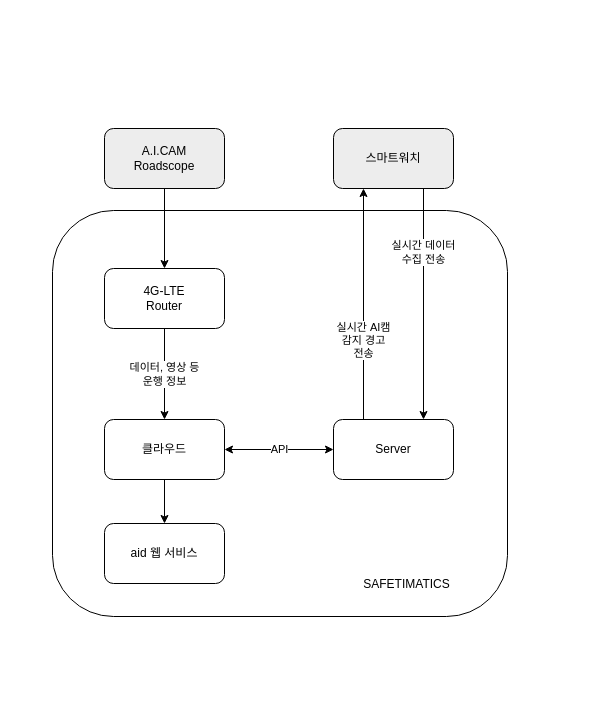
VegetableKim/- keeps this draw.io diagram as page "페이지-2" (2 of 2) of objective_tree.drawio. Above is the earlier version. Source tidied: cells renumbered, new cells numbered last; positions are measured from the earlier drawing's top-left corner, leaving out a move shared by most shapes. Both pictures are drawn from the tidied source at 100%, with x=0, y=0 at pixel (52, 128).
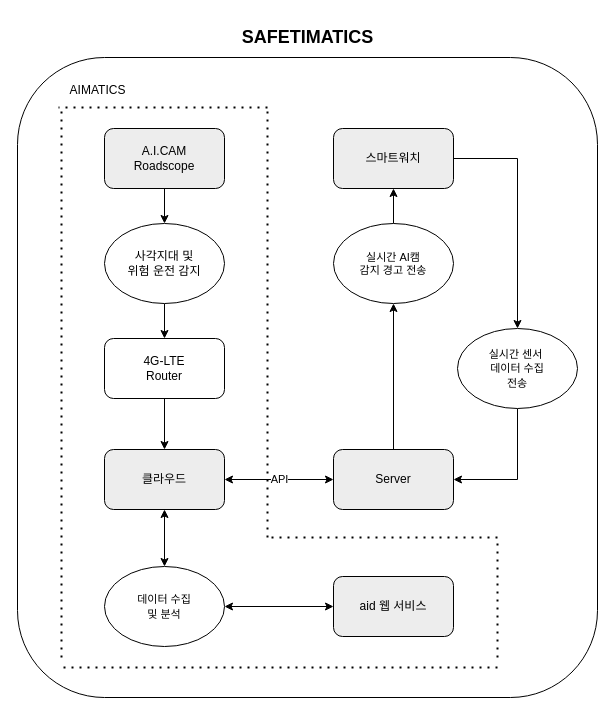
The same page after the edit.

Unchanged cells that the change refers to:
```xml
<mxCell id="4" value="A.I.CAM&lt;div&gt;Roadscope&lt;/div&gt;" style="rounded=1;whiteSpace=wrap;html=1;fillColor=#EDEDED;" parent="1" vertex="1">
  <mxGeometry x="52" width="120" height="60" as="geometry" />
</mxCell>
<mxCell id="6" value="&lt;span style=&quot;background-color: initial;&quot;&gt;스마트워치&lt;/span&gt;" style="rounded=1;whiteSpace=wrap;html=1;fillColor=#EDEDED;" parent="1" vertex="1">
  <mxGeometry x="281" width="120" height="60" as="geometry" />
</mxCell>
```

Change to the diagram source:
```diff
@@
-    <mxCell id="2" style="rounded=1;whiteSpace=wrap;html=1;" parent="1" vertex="1">
-      <mxGeometry y="82" width="455" height="406" as="geometry" />
-    </mxCell>
-    <mxCell id="3" style="edgeStyle=orthogonalEdgeStyle;rounded=0;jettySize=auto;html=1;exitX=0.5;exitY=1;exitDx=0;exitDy=0;entryX=0.5;entryY=0;entryDx=0;entryDy=0;" parent="1" edge="1" source="4" target="8">
-      <mxGeometry relative="1" as="geometry" />
-    </mxCell>
+    <mxCell id="16" style="rounded=1;whiteSpace=wrap;html=1;" parent="1" vertex="1">
+      <mxGeometry x="-35" y="-71" width="580" height="640" as="geometry" />
+    </mxCell>
+    <mxCell id="17" style="edgeStyle=orthogonalEdgeStyle;rounded=0;jettySize=auto;html=1;exitX=0.5;exitY=1;exitDx=0;exitDy=0;entryX=0.5;entryY=0;entryDx=0;entryDy=0;" parent="1" edge="1" source="4" target="21">
+      <mxGeometry relative="1" as="geometry" />
+    </mxCell>
@@
-    <mxCell id="5" value="실시간 데이터&lt;div&gt;수집 전송&lt;/div&gt;" style="edgeStyle=orthogonalEdgeStyle;rounded=0;jettySize=auto;html=1;exitX=0.75;exitY=1;exitDx=0;exitDy=0;entryX=0.75;entryY=0;entryDx=0;entryDy=0;" parent="1" edge="1" source="6" target="12">
-      <mxGeometry x="-0.45" relative="1" as="geometry" />
-    </mxCell>
+    <mxCell id="18" style="edgeStyle=orthogonalEdgeStyle;rounded=0;jettySize=auto;html=1;exitX=1;exitY=0.5;exitDx=0;exitDy=0;entryX=0.5;entryY=0;entryDx=0;entryDy=0;" parent="1" edge="1" source="6" target="24">
+      <mxGeometry relative="1" as="geometry" />
+    </mxCell>
@@
-    <mxCell id="7" value="데이터, 영상 등&lt;div&gt;운행 정보&lt;/div&gt;" style="edgeStyle=orthogonalEdgeStyle;rounded=0;jettySize=auto;html=1;exitX=0.5;exitY=1;exitDx=0;exitDy=0;entryX=0.5;entryY=0;entryDx=0;entryDy=0;" parent="1" edge="1" source="8" target="10">
-      <mxGeometry relative="1" as="geometry" />
+    <mxCell id="7" style="edgeStyle=orthogonalEdgeStyle;rounded=0;jettySize=auto;html=1;exitX=0.5;exitY=1;exitDx=0;exitDy=0;entryX=0.5;entryY=0;entryDx=0;entryDy=0;" parent="1" edge="1" source="8" target="10">
+      <mxGeometry x="-0.23" y="14" relative="1" as="geometry" />
     </mxCell>
     <mxCell id="8" value="4G-LTE&lt;div&gt;Router&lt;/div&gt;" style="rounded=1;whiteSpace=wrap;html=1;" parent="1" vertex="1">
-      <mxGeometry x="52" y="140" width="120" height="60" as="geometry" />
+      <mxGeometry x="52" y="210" width="120" height="60" as="geometry" />
     </mxCell>
-    <mxCell id="9" style="edgeStyle=orthogonalEdgeStyle;rounded=0;jettySize=auto;html=1;exitX=0.5;exitY=1;exitDx=0;exitDy=0;entryX=0.5;entryY=0;entryDx=0;entryDy=0;" parent="1" edge="1" source="10" target="14">
-      <mxGeometry relative="1" as="geometry" />
-    </mxCell>
-    <mxCell id="10" value="클라우드" style="rounded=1;whiteSpace=wrap;html=1;" parent="1" vertex="1">
-      <mxGeometry x="52" y="291" width="120" height="60" as="geometry" />
+    <mxCell id="10" value="클라우드" style="rounded=1;whiteSpace=wrap;html=1;fillColor=#EDEDED;" parent="1" vertex="1">
+      <mxGeometry x="52" y="321" width="120" height="60" as="geometry" />
     </mxCell>
-    <mxCell id="11" value="실시간 AI캠&lt;div&gt;감지 경고&lt;/div&gt;&lt;div&gt;전송&lt;/div&gt;" style="edgeStyle=orthogonalEdgeStyle;rounded=0;jettySize=auto;html=1;exitX=0.25;exitY=0;exitDx=0;exitDy=0;entryX=0.25;entryY=1;entryDx=0;entryDy=0;" parent="1" edge="1" source="12" target="6">
-      <mxGeometry x="-0.32" relative="1" as="geometry" />
-    </mxCell>
+    <mxCell id="19" style="edgeStyle=orthogonalEdgeStyle;rounded=0;jettySize=auto;html=1;exitX=0.5;exitY=0;exitDx=0;exitDy=0;entryX=0.5;entryY=1;entryDx=0;entryDy=0;" parent="1" edge="1" source="12" target="11">
+      <mxGeometry relative="1" as="geometry" />
+    </mxCell>
-    <mxCell id="12" value="Server" style="rounded=1;whiteSpace=wrap;html=1;" parent="1" vertex="1">
-      <mxGeometry x="281" y="291" width="120" height="60" as="geometry" />
+    <mxCell id="12" value="Server" style="rounded=1;whiteSpace=wrap;html=1;fillColor=#EDEDED;" parent="1" vertex="1">
+      <mxGeometry x="281" y="321" width="120" height="60" as="geometry" />
     </mxCell>
@@
-    <mxCell id="14" value="aid 웹 서비스" style="rounded=1;whiteSpace=wrap;html=1;" parent="1" vertex="1">
-      <mxGeometry x="52" y="395" width="120" height="60" as="geometry" />
+    <mxCell id="14" value="aid 웹 서비스" style="rounded=1;whiteSpace=wrap;html=1;fillColor=#EDEDED;" parent="1" vertex="1">
+      <mxGeometry x="281" y="448" width="120" height="60" as="geometry" />
     </mxCell>
+    <mxCell id="20" style="edgeStyle=orthogonalEdgeStyle;rounded=0;jettySize=auto;html=1;exitX=0.5;exitY=1;exitDx=0;exitDy=0;entryX=0.5;entryY=0;entryDx=0;entryDy=0;" parent="1" edge="1" source="21" target="8">
+      <mxGeometry relative="1" as="geometry" />
+    </mxCell>
+    <mxCell id="21" value="사각지대 및&lt;div&gt;위험 운전 감지&lt;/div&gt;" style="ellipse;whiteSpace=wrap;html=1;" parent="1" vertex="1">
+      <mxGeometry x="52" y="95" width="120" height="80" as="geometry" />
+    </mxCell>
+    <mxCell id="22" style="edgeStyle=orthogonalEdgeStyle;rounded=0;jettySize=auto;html=1;exitX=0.5;exitY=0;exitDx=0;exitDy=0;entryX=0.5;entryY=1;entryDx=0;entryDy=0;" parent="1" edge="1" source="11" target="6">
+      <mxGeometry relative="1" as="geometry" />
+    </mxCell>
+    <mxCell id="11" value="&lt;span style=&quot;font-size: 11px; text-wrap-mode: nowrap;&quot;&gt;실시간 AI캠&lt;/span&gt;&lt;div style=&quot;font-size: 11px; text-wrap-mode: nowrap;&quot;&gt;감지 경고&amp;nbsp;&lt;span style=&quot;background-color: initial;&quot;&gt;전송&lt;/span&gt;&lt;/div&gt;" style="ellipse;whiteSpace=wrap;html=1;" parent="1" vertex="1">
+      <mxGeometry x="281" y="95" width="120" height="80" as="geometry" />
+    </mxCell>
+    <mxCell id="23" style="edgeStyle=orthogonalEdgeStyle;rounded=0;jettySize=auto;html=1;exitX=0.5;exitY=1;exitDx=0;exitDy=0;entryX=1;entryY=0.5;entryDx=0;entryDy=0;" parent="1" edge="1" source="24" target="12">
+      <mxGeometry relative="1" as="geometry" />
+    </mxCell>
+    <mxCell id="24" value="&lt;span style=&quot;font-size: 11px; text-wrap-mode: nowrap;&quot;&gt;실시간 센서&amp;nbsp;&lt;/span&gt;&lt;div&gt;&lt;span style=&quot;font-size: 11px; text-wrap-mode: nowrap;&quot;&gt;데이터&amp;nbsp;&lt;/span&gt;&lt;span style=&quot;font-size: 11px; text-wrap-mode: nowrap; background-color: initial;&quot;&gt;수집&lt;/span&gt;&lt;/div&gt;&lt;div&gt;&lt;span style=&quot;font-size: 11px; text-wrap-mode: nowrap; background-color: initial;&quot;&gt;전송&lt;/span&gt;&lt;/div&gt;" style="ellipse;whiteSpace=wrap;html=1;" parent="1" vertex="1">
+      <mxGeometry x="405" y="200" width="120" height="80" as="geometry" />
+    </mxCell>
+    <mxCell id="25" value="&lt;span style=&quot;font-size: 11px; text-wrap-mode: nowrap;&quot;&gt;데이터 수집&lt;/span&gt;&lt;div&gt;&lt;span style=&quot;font-size: 11px; text-wrap-mode: nowrap;&quot;&gt;및 분석&lt;/span&gt;&lt;/div&gt;" style="ellipse;whiteSpace=wrap;html=1;" parent="1" vertex="1">
+      <mxGeometry x="52" y="438" width="120" height="80" as="geometry" />
+    </mxCell>
+    <mxCell id="26" style="endArrow=classic;startArrow=classic;html=1;rounded=0;exitX=0.5;exitY=1;exitDx=0;exitDy=0;entryX=0.5;entryY=0;entryDx=0;entryDy=0;" parent="1" edge="1" source="10" target="25">
+      <mxGeometry relative="1" as="geometry" />
+    </mxCell>
+    <mxCell id="27" style="endArrow=classic;startArrow=classic;html=1;rounded=0;exitX=0;exitY=0.5;exitDx=0;exitDy=0;entryX=1;entryY=0.5;entryDx=0;entryDy=0;" parent="1" edge="1" source="14" target="25">
+      <mxGeometry relative="1" as="geometry" />
+    </mxCell>
+    <mxCell id="28" style="endArrow=none;dashed=1;html=1;dashPattern=1 3;strokeWidth=2;rounded=0;" parent="1" edge="1">
+      <mxGeometry relative="1" as="geometry">
+        <mxPoint x="9" y="529" as="sourcePoint" />
+        <mxPoint x="9" y="-23" as="targetPoint" />
+      </mxGeometry>
+    </mxCell>
+    <mxCell id="29" style="endArrow=none;dashed=1;html=1;dashPattern=1 3;strokeWidth=2;rounded=0;" parent="1" edge="1">
+      <mxGeometry relative="1" as="geometry">
+        <mxPoint x="215" y="409" as="sourcePoint" />
+        <mxPoint x="215" y="-21" as="targetPoint" />
+      </mxGeometry>
+    </mxCell>
+    <mxCell id="30" style="endArrow=none;dashed=1;html=1;dashPattern=1 3;strokeWidth=2;rounded=0;" parent="1" edge="1">
+      <mxGeometry relative="1" as="geometry">
+        <mxPoint x="215" y="-21" as="sourcePoint" />
+        <mxPoint x="6" y="-21" as="targetPoint" />
+      </mxGeometry>
+    </mxCell>
+    <mxCell id="31" style="endArrow=none;dashed=1;html=1;dashPattern=1 3;strokeWidth=2;rounded=0;" parent="1" edge="1">
+      <mxGeometry relative="1" as="geometry">
+        <mxPoint x="445" y="539" as="sourcePoint" />
+        <mxPoint x="5" y="539" as="targetPoint" />
+      </mxGeometry>
+    </mxCell>
+    <mxCell id="32" style="endArrow=none;dashed=1;html=1;dashPattern=1 3;strokeWidth=2;rounded=0;" parent="1" edge="1">
+      <mxGeometry relative="1" as="geometry">
+        <mxPoint x="445" y="529" as="sourcePoint" />
+        <mxPoint x="445" y="409" as="targetPoint" />
+      </mxGeometry>
+    </mxCell>
+    <mxCell id="33" style="endArrow=none;dashed=1;html=1;dashPattern=1 3;strokeWidth=2;rounded=0;" parent="1" edge="1">
+      <mxGeometry relative="1" as="geometry">
+        <mxPoint x="445" y="409" as="sourcePoint" />
+        <mxPoint x="215" y="409" as="targetPoint" />
+      </mxGeometry>
+    </mxCell>
+    <mxCell id="34" value="AIMATICS" style="text;html=1;align=center;verticalAlign=middle;strokeColor=none;fillColor=none;" parent="1" vertex="1">
+      <mxGeometry x="5" y="-53" width="80" height="30" as="geometry" />
+    </mxCell>
-    <mxCell id="15" value="SAFETIMATICS" style="text;html=1;align=center;verticalAlign=middle;strokeColor=none;fillColor=none;" parent="1" vertex="1">
-      <mxGeometry x="302" y="443" width="104" height="26" as="geometry" />
+    <mxCell id="15" value="&lt;font style=&quot;font-size: 18px;&quot;&gt;&lt;b&gt;SAFETIMATICS&lt;/b&gt;&lt;/font&gt;" style="text;html=1;align=center;verticalAlign=middle;strokeColor=none;fillColor=none;" parent="1" vertex="1">
+      <mxGeometry x="175" y="-111" width="160" height="40" as="geometry" />
     </mxCell>
```
